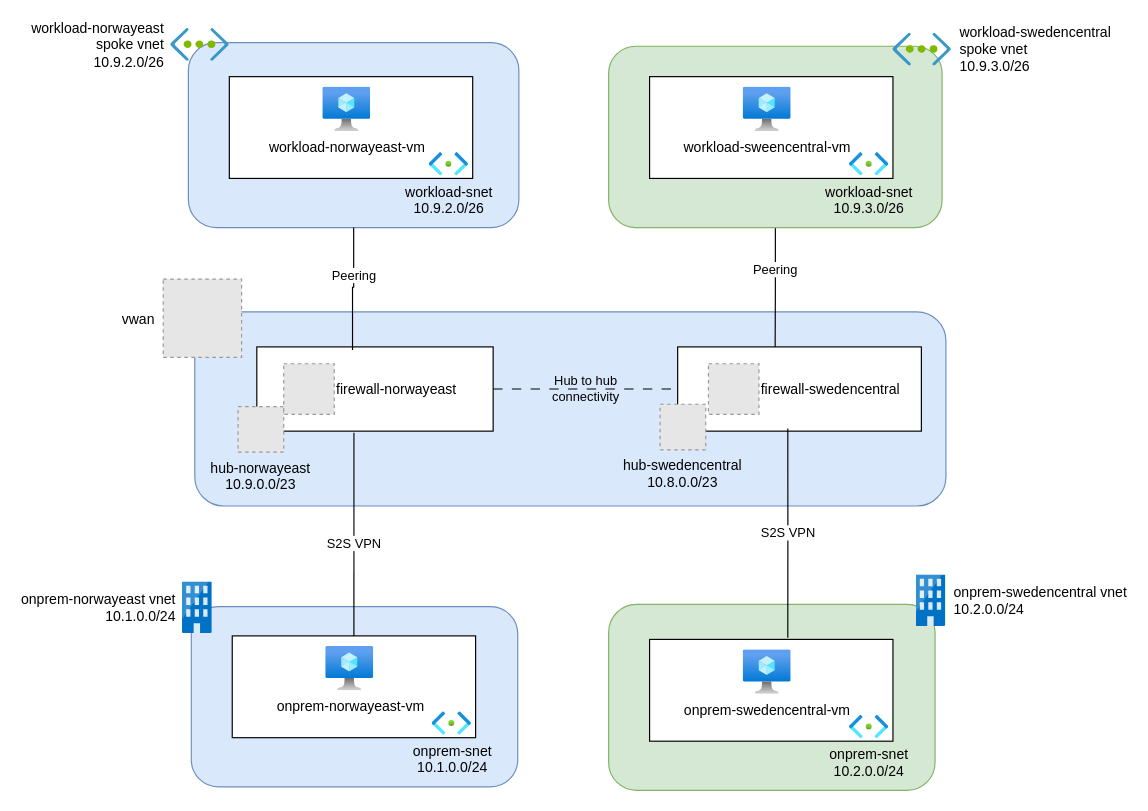
Before: page "after" (4 of 5) of docs/assets/visuals/vwan.drawio in Infrastructure-AsCode/hub-spoke-vwan, a draw.io diagram. Source tidied: cells renumbered, new cells numbered last; positions are measured from the earlier drawing's top-left corner, leaving out a move shared by most shapes. Both pictures are drawn from the tidied source at 117%, with x=0, y=0 at pixel (163, 28). Pictures stored in the file or linked from it are replaced by grey dashed boxes.
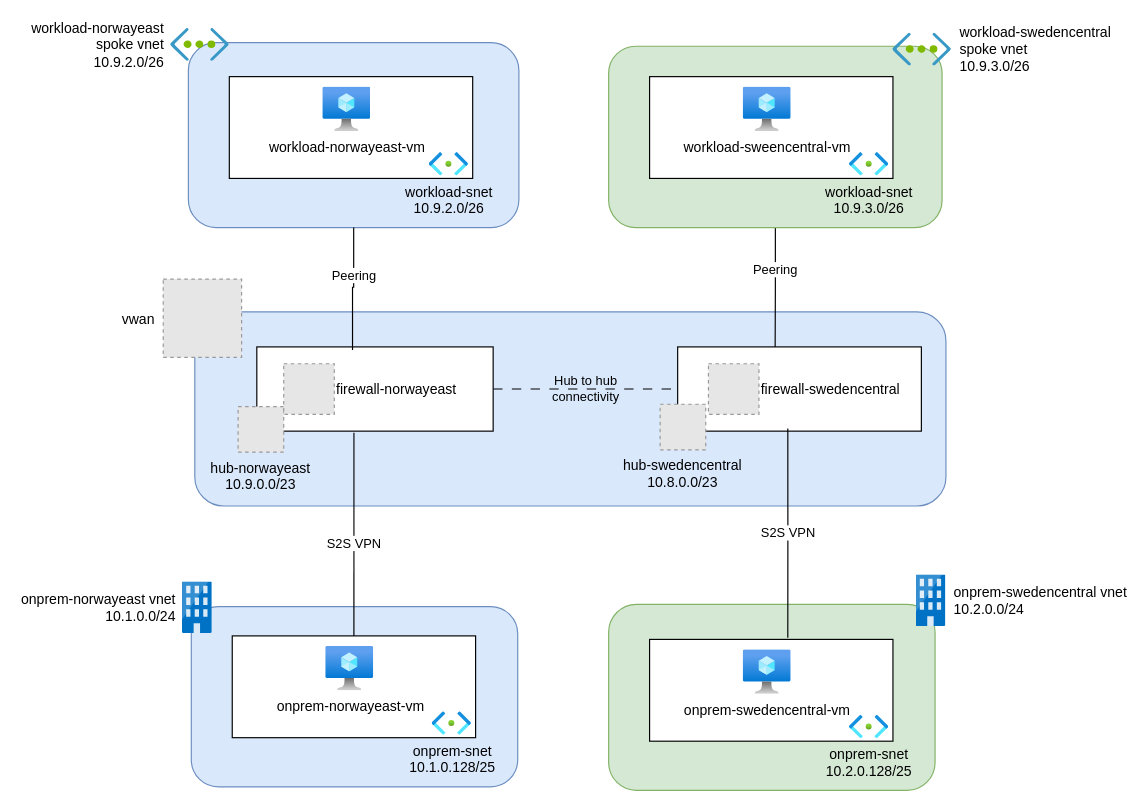
The same diagram, later.

The edit, as a diff of the source:
```diff
@@
-    <mxCell id="15" value="onprem-snet&lt;div&gt;10.1.0.0/24&lt;br&gt;&lt;/div&gt;" style="image;html=1;align=center;fontSize=12;image=img/lib/azure2/networking/Subnet.svg;labelBackgroundColor=none;" parent="1" vertex="1">
+    <mxCell id="15" value="onprem-snet&lt;div&gt;10.1.0.128/25&lt;br&gt;&lt;/div&gt;" style="image;html=1;align=center;fontSize=12;image=img/lib/azure2/networking/Subnet.svg;labelBackgroundColor=none;" parent="1" vertex="1">
       <mxGeometry x="230" y="584" width="33.4" height="20" as="geometry" />
     </mxCell>
@@
-    <mxCell id="27" value="onprem-snet&lt;div&gt;10.2.0.0/24&lt;br&gt;&lt;/div&gt;" style="image;html=1;align=center;fontSize=12;image=img/lib/azure2/networking/Subnet.svg;labelBackgroundColor=none;" parent="1" vertex="1">
+    <mxCell id="27" value="onprem-snet&lt;div&gt;10.2.0.128/25&lt;br&gt;&lt;/div&gt;" style="image;html=1;align=center;fontSize=12;image=img/lib/azure2/networking/Subnet.svg;labelBackgroundColor=none;" parent="1" vertex="1">
       <mxGeometry x="586.7" y="587" width="33.4" height="20" as="geometry" />
     </mxCell>
```
